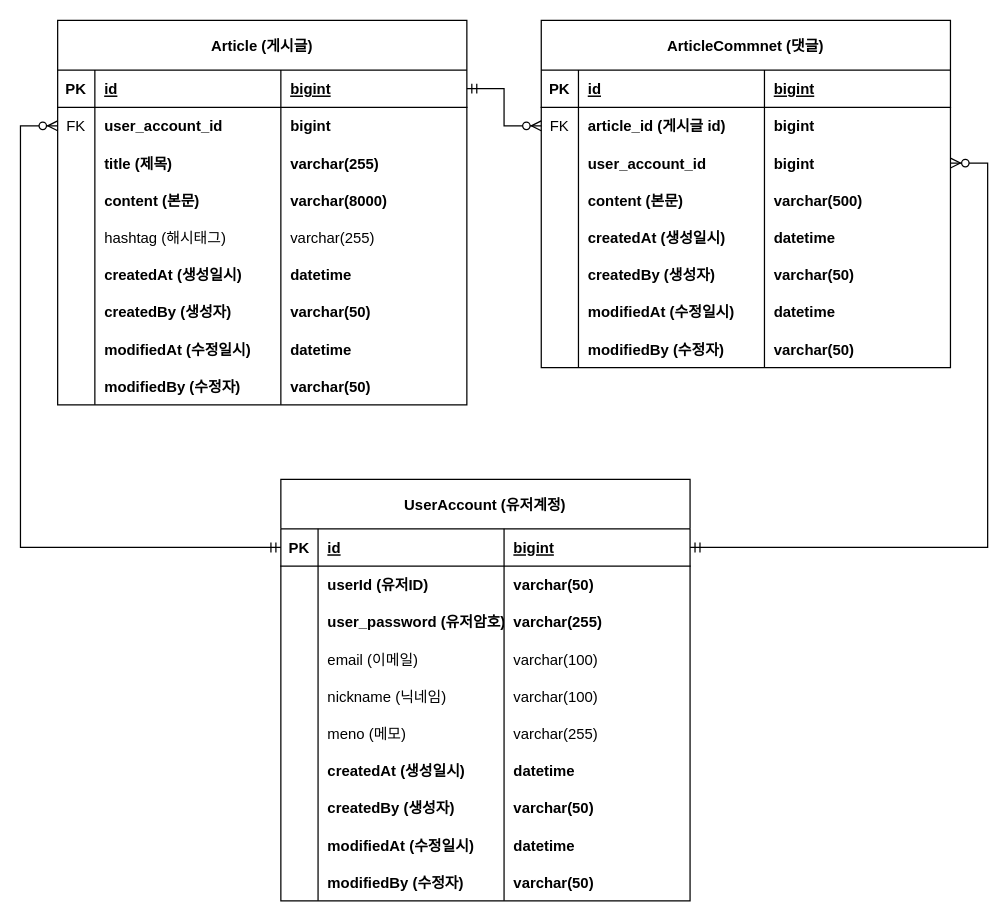
Earlier version of the draw.io diagram document/document.drawio (sorayeon/project-board). Source tidied: cells renumbered, new cells numbered last; positions are measured from the earlier drawing's top-left corner, leaving out a move shared by most shapes. Both pictures are drawn from the tidied source at 124%, with x=0, y=0 at pixel (20, 20).
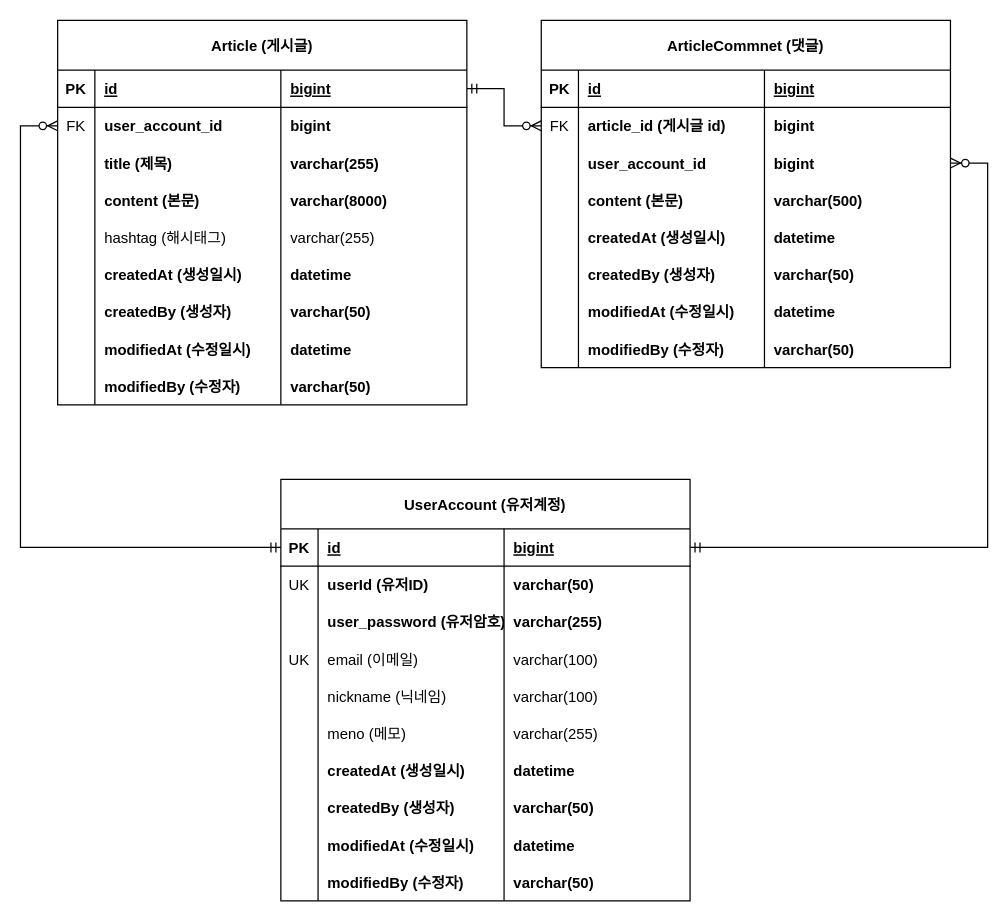
The same diagram, later.

Commit message (it also covers changes not shown here):
#21 - 도메인 코드 설계 정정

도메인 코드 설계가 일부 잘못되어 있는 것을 발견,
UserAccount 회원 계정의 userId 는 회원 id 이므로 유니크 해야 하는데,
해당 속성이 빠져있었다.
erd 문서에는 email, user_id 의 유니크 키가 표현되지 않음
바로 잡기로 한다.

The change refers to these unchanged cells:
```xml
<mxCell id="78" style="shape=tableRow;horizontal=0;startSize=0;swimlaneHead=0;swimlaneBody=0;fillColor=none;top=0;left=0;right=0;bottom=0;" parent="73" vertex="1">
  <mxGeometry y="70" width="330" height="30" as="geometry" />
</mxCell>
<mxCell id="86" style="shape=tableRow;horizontal=0;startSize=0;swimlaneHead=0;swimlaneBody=0;fillColor=none;top=0;left=0;right=0;bottom=0;" parent="73" vertex="1">
  <mxGeometry y="130" width="330" height="30" as="geometry" />
</mxCell>
```

The edit, as a diff of the source:
```diff
@@
-    <mxCell id="79" style="shape=partialRectangle;fillColor=none;top=0;left=0;bottom=0;right=0;overflow=hidden;" parent="78" vertex="1">
+    <mxCell id="79" value="UK" style="shape=partialRectangle;fillColor=none;top=0;left=0;bottom=0;right=0;overflow=hidden;" parent="78" vertex="1">
       <mxGeometry width="30" height="30" as="geometry" />
     </mxCell>
@@
-    <mxCell id="87" style="shape=partialRectangle;fillColor=none;top=0;left=0;bottom=0;right=0;overflow=hidden;" parent="86" vertex="1">
+    <mxCell id="87" value="UK" style="shape=partialRectangle;fillColor=none;top=0;left=0;bottom=0;right=0;overflow=hidden;" parent="86" vertex="1">
       <mxGeometry width="30" height="30" as="geometry" />
     </mxCell>
```
